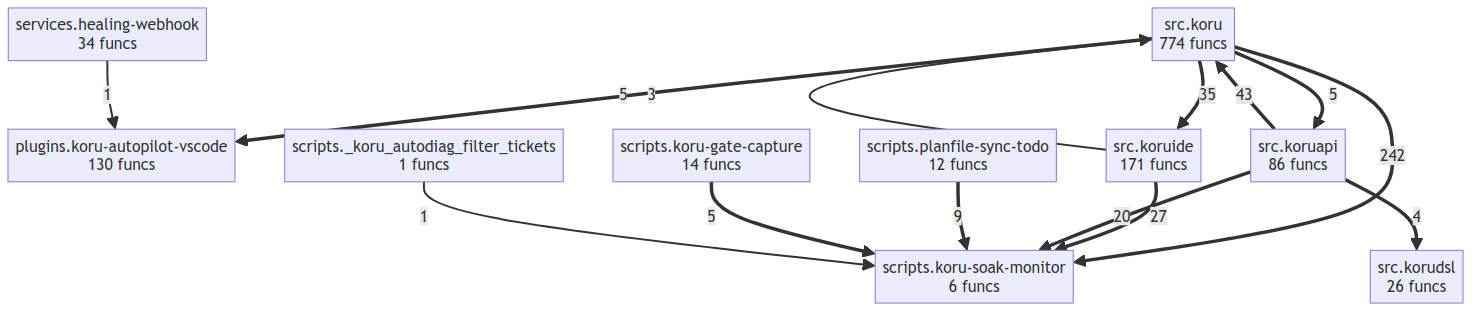
semcod/koru keeps this Mermaid diagram as project/compact_flow.png. Above is the earlier version. Its source is kept beside it as project/compact_flow.mmd.
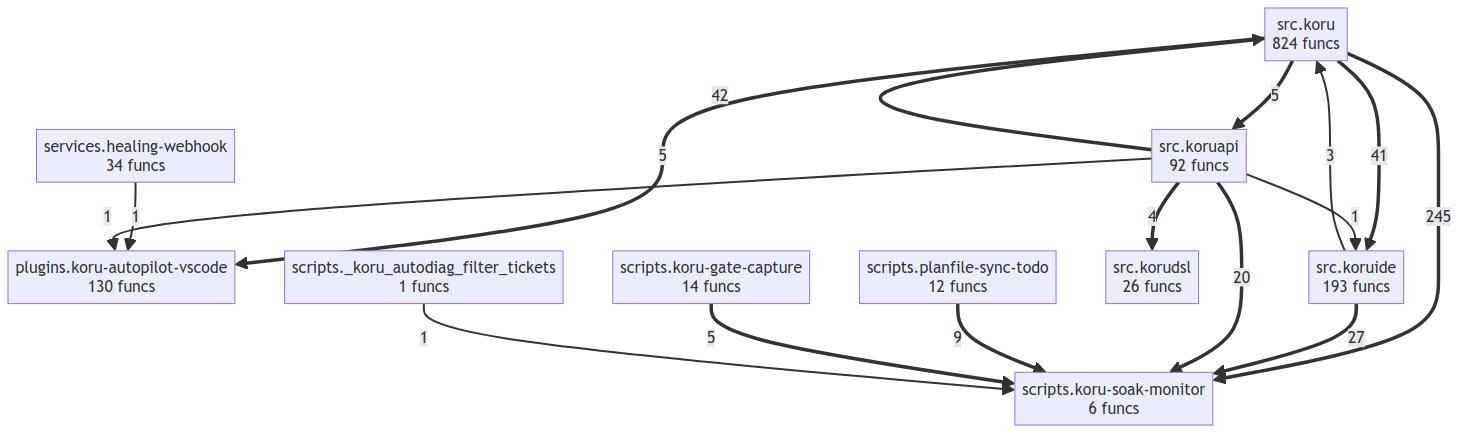
The same diagram one commit later.

What changed in the source:
```diff
@@ -5,13 +5,13 @@
     scripts__koru_soak_monitor["scripts.koru-soak-monitor<br/>6 funcs"]
     scripts__planfile_sync_todo["scripts.planfile-sync-todo<br/>12 funcs"]
     services__healing_webhook["services.healing-webhook<br/>34 funcs"]
-    src__koru["src.koru<br/>774 funcs"]
-    src__koruapi["src.koruapi<br/>86 funcs"]
+    src__koru["src.koru<br/>824 funcs"]
+    src__koruapi["src.koruapi<br/>92 funcs"]
     src__korudsl["src.korudsl<br/>26 funcs"]
-    src__koruide["src.koruide<br/>171 funcs"]
-    src__koru ==>|242| scripts__koru_soak_monitor
-    src__koruapi ==>|43| src__koru
-    src__koru ==>|35| src__koruide
+    src__koruide["src.koruide<br/>193 funcs"]
+    src__koru ==>|245| scripts__koru_soak_monitor
+    src__koruapi ==>|42| src__koru
+    src__koru ==>|41| src__koruide
     src__koruide ==>|27| scripts__koru_soak_monitor
     src__koruapi ==>|20| scripts__koru_soak_monitor
     scripts__planfile_sync_todo ==>|9| scripts__koru_soak_monitor
@@ -21,4 +21,6 @@
     src__koruapi ==>|4| src__korudsl
     src__koruide -->|3| src__koru
     services__healing_webhook -->|1| plugins__koru_autopilot_vscode
+    src__koruapi -->|1| plugins__koru_autopilot_vscode
+    src__koruapi -->|1| src__koruide
     scripts___koru_autodiag_filter_tickets -->|1| scripts__koru_soak_monitor
```
